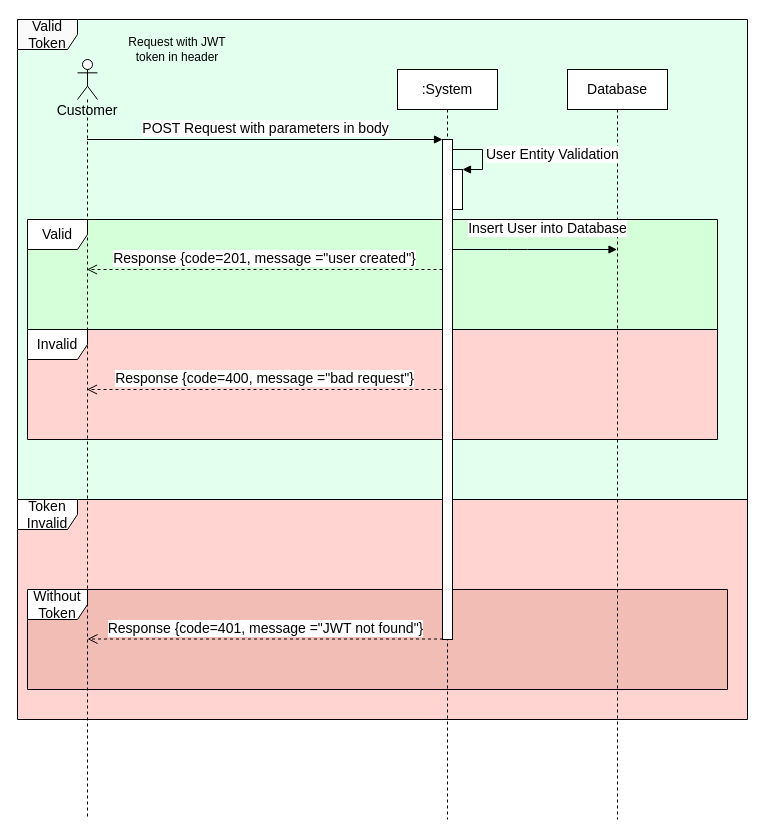
The draw.io diagram Diagrammes/create_user.drawio in JgPhil/BileMo, before the edit. Source tidied: cells renumbered, new cells numbered last; positions are measured from the earlier drawing's top-left corner, leaving out a move shared by most shapes. Both pictures are drawn from the tidied source at 100%, with x=0, y=0 at pixel (17, 19).
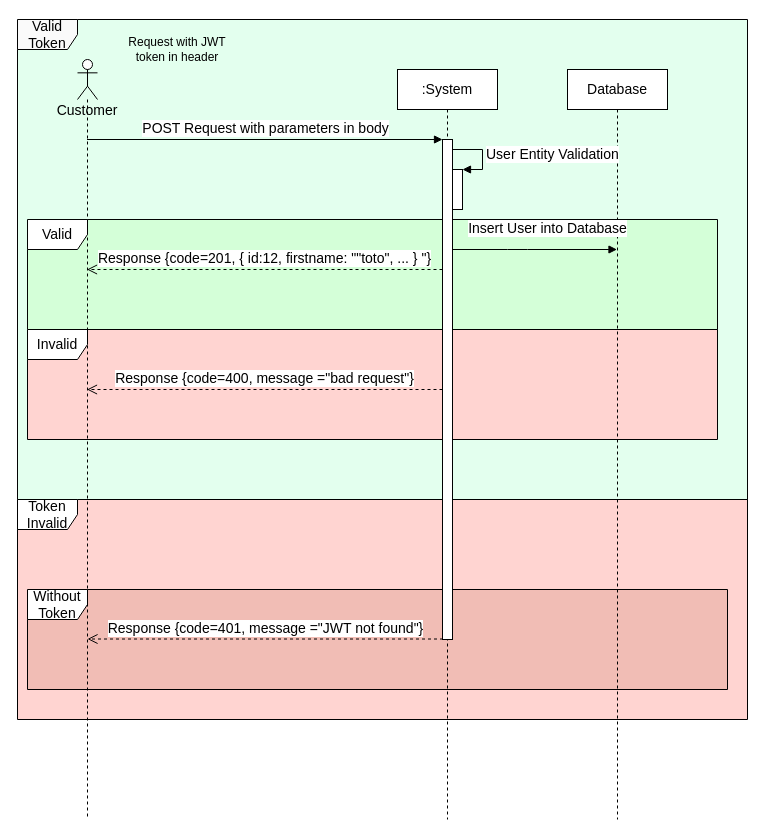
The same diagram, later.

Commit message (it also covers changes not shown here):
diagrams && userController method response updated

Unchanged cells that the change refers to:
```xml
<mxCell id="7" value="Customer&lt;br style=&quot;font-size: 14px;&quot;&gt;" style="shape=umlLifeline;participant=umlActor;perimeter=lifelinePerimeter;whiteSpace=wrap;html=1;verticalAlign=top;spacingTop=36;outlineConnect=0;fontSize=14;" parent="1" vertex="1">
  <mxGeometry x="60" y="40" width="20" height="760" as="geometry" />
</mxCell>
<mxCell id="14" style="html=1;points=[];perimeter=orthogonalPerimeter;fontSize=14;" parent="13" vertex="1">
  <mxGeometry x="45" y="70" width="10" height="500" as="geometry" />
</mxCell>
```

What changed in the source:
```diff
@@
-    <mxCell id="11" value="Response {code=201, message =&quot;user created&quot;}" style="html=1;verticalAlign=bottom;endArrow=open;dashed=1;endSize=8;fontSize=14;" parent="1" edge="1" source="14" target="7">
+    <mxCell id="11" value="Response {code=201, { id:12, firstname: &quot;&quot;toto&quot;, ... } &quot;}" style="html=1;verticalAlign=bottom;endArrow=open;dashed=1;endSize=8;fontSize=14;" parent="1" edge="1" source="14" target="7">
       <mxGeometry relative="1" as="geometry">
         <Array as="points">
           <mxPoint x="220" y="250" />
         </Array>
       </mxGeometry>
     </mxCell>
```
